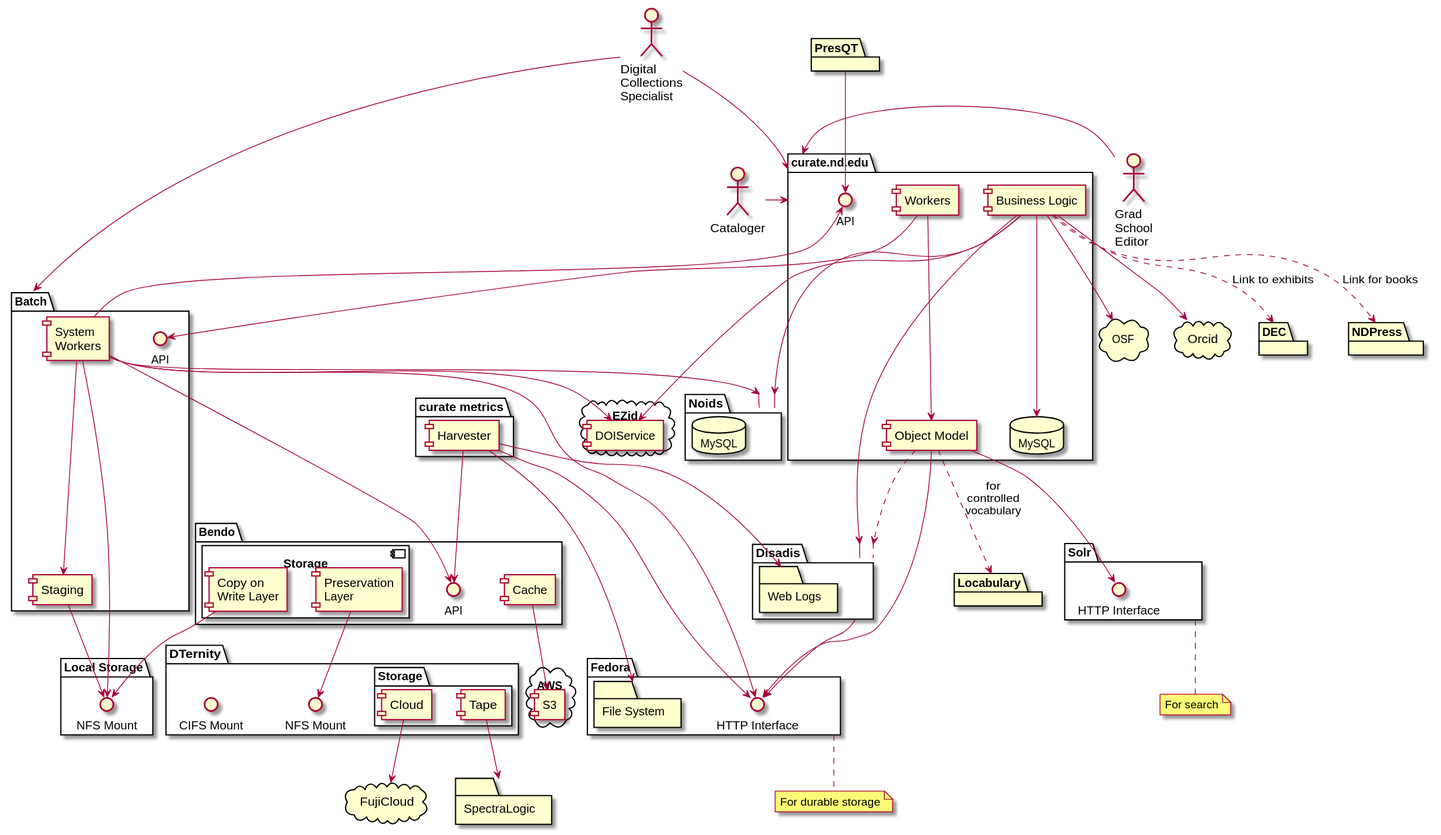
Before: plantuml/curate_nd.svg, a diagram exported from PlantUML (ndlib/dam-ecosystem-mapping).
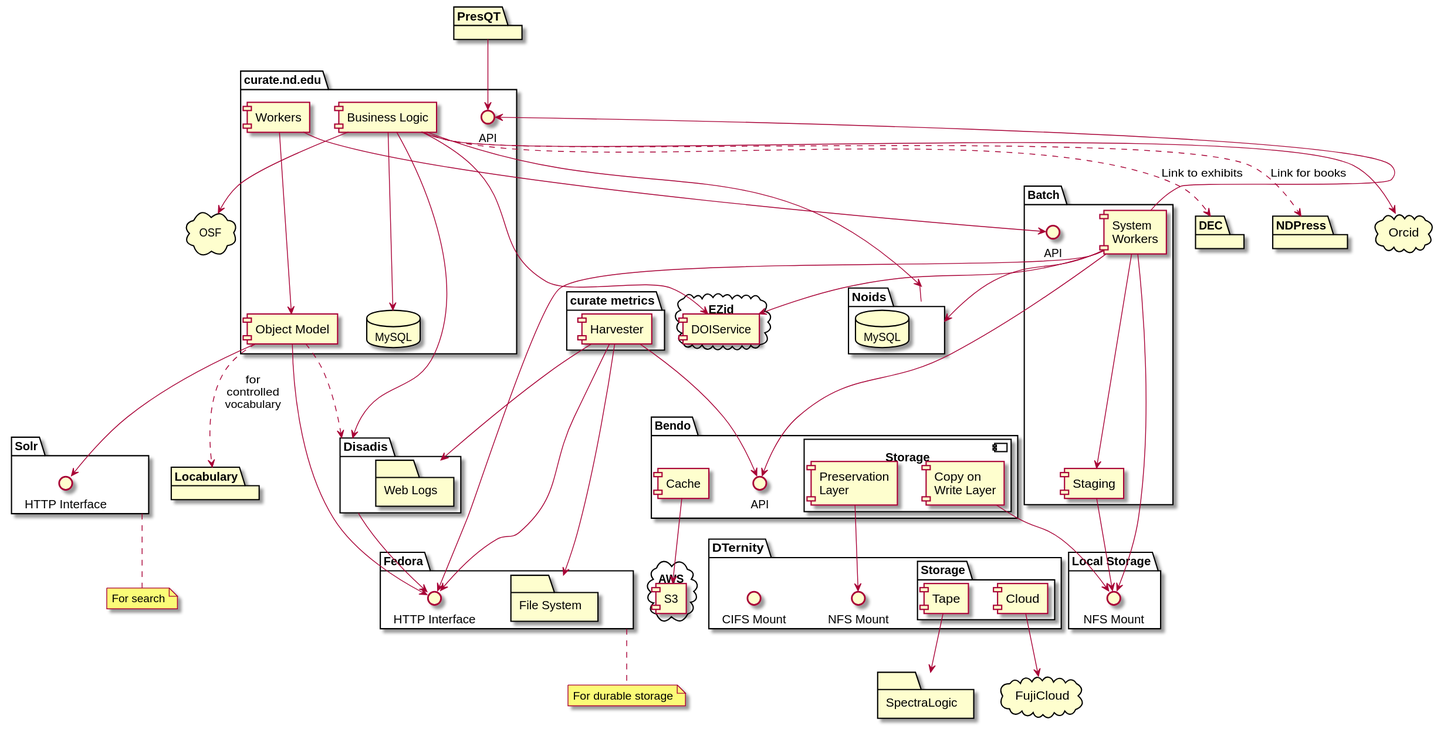
Later version of the same file.

What changed in the source:
```diff
@@ -118,13 +118,4 @@
 Disadis --> FedoraHTTP
 CurateBL --> Disadis
 
-actor "Digital\nCollections\nSpecialist" as DCS
-actor Cataloger
-actor "Grad\nSchool\nEditor" as GradSchoolEditor
-
-DCS --> curate.nd.edu
-DCS --> Batch
-Cataloger -> curate.nd.edu
-GradSchoolEditor -> curate.nd.edu
-
 @enduml
```
